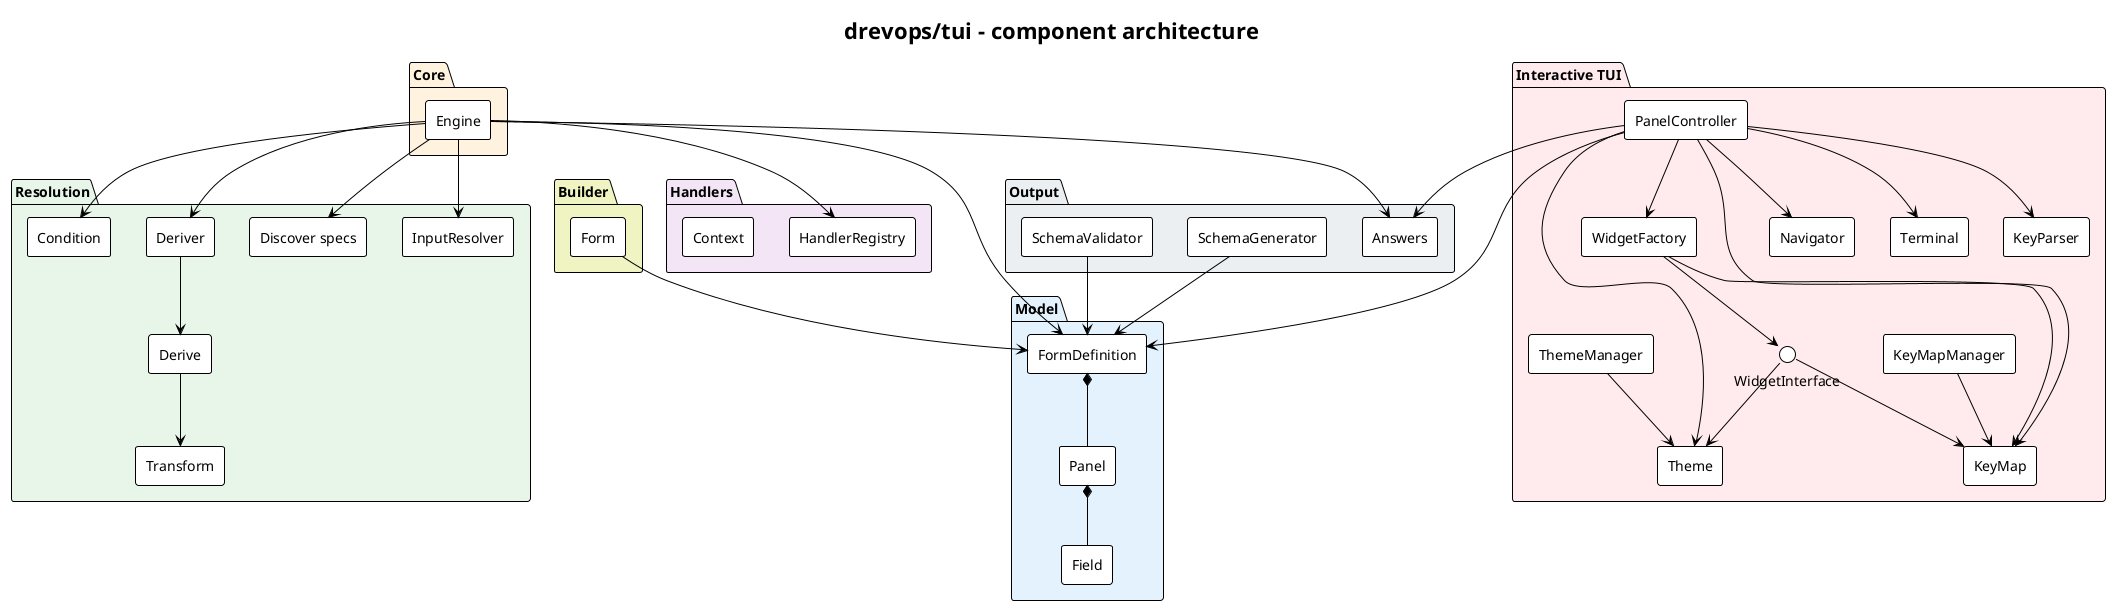
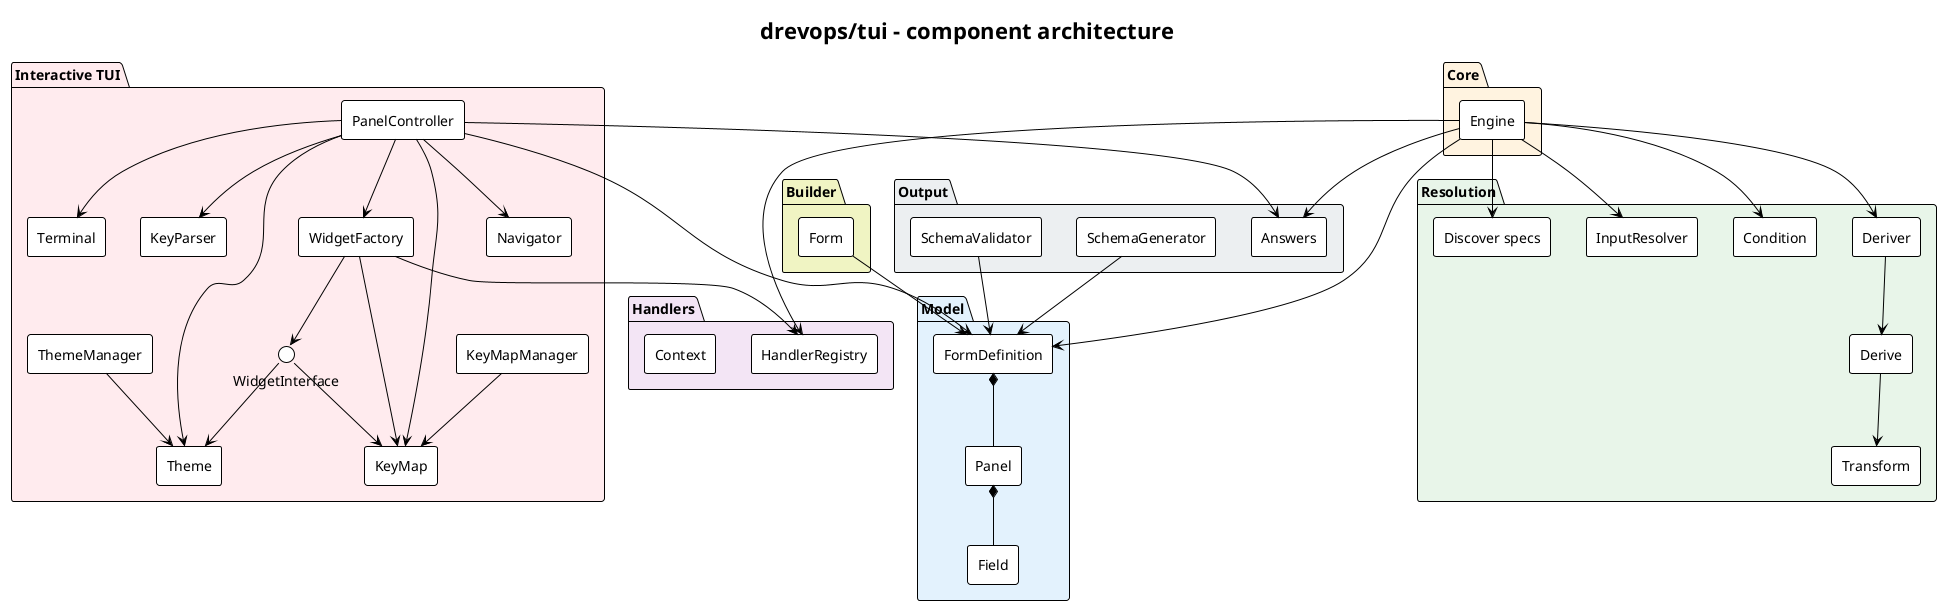
@startuml
' drevops/tui - component architecture.
' Packages mirror the src/ subdirectories; arrows show the main dependencies.
' Regenerate every SVG with:  plantuml -tsvg docs/architecture/*.puml
!theme plain
skinparam backgroundColor white
skinparam defaultFontName Helvetica
skinparam shadowing false
skinparam componentStyle rectangle
title drevops/tui - component architecture

package "Builder" #F0F4C3 {
  [Form]
}

package "Model" #E3F2FD {
  [FormDefinition]
  [Panel]
  [Field]
}

package "Core" #FFF3E0 {
  [Engine]
}

package "Resolution" #E8F5E9 {
  [InputResolver]
  [Discover specs]
  [Deriver]
  [Derive]
  [Transform]
  [Condition]
}

package "Handlers" #F3E5F5 {
  [HandlerRegistry]
  [Context]
}

package "Output" #ECEFF1 {
  [Answers]
  [SchemaGenerator]
  [SchemaValidator]
}

package "Interactive TUI" #FFEBEE {
  [PanelController]
  [ThemeManager]
  [Theme]
  [KeyMapManager]
  [KeyMap]
  [WidgetFactory]
  interface WidgetInterface
  [Navigator]
  [Terminal]
  [KeyParser]
}

[Form] --> [FormDefinition]
[FormDefinition] *-- [Panel]
[Panel] *-- [Field]

[Engine] --> [FormDefinition]
[Engine] --> [InputResolver]
[Engine] --> [Discover specs]
[Engine] --> [Deriver]
[Deriver] --> [Derive]
[Derive] --> [Transform]
[Engine] --> [Condition]
[Engine] --> [HandlerRegistry]
[Engine] --> [Answers]

[SchemaGenerator] --> [FormDefinition]
[SchemaValidator] --> [FormDefinition]

[PanelController] --> [FormDefinition]
[ThemeManager] --> [Theme]
[PanelController] --> [Theme]
[KeyMapManager] --> [KeyMap]
[PanelController] --> [KeyMap]
[PanelController] --> [WidgetFactory]
[WidgetFactory] --> [KeyMap]
+ [WidgetFactory] --> [HandlerRegistry]
[WidgetFactory] --> WidgetInterface
WidgetInterface --> [Theme]
WidgetInterface --> [KeyMap]
[PanelController] --> [Navigator]
[PanelController] --> [Terminal]
[PanelController] --> [KeyParser]
[PanelController] --> [Answers]
@enduml
